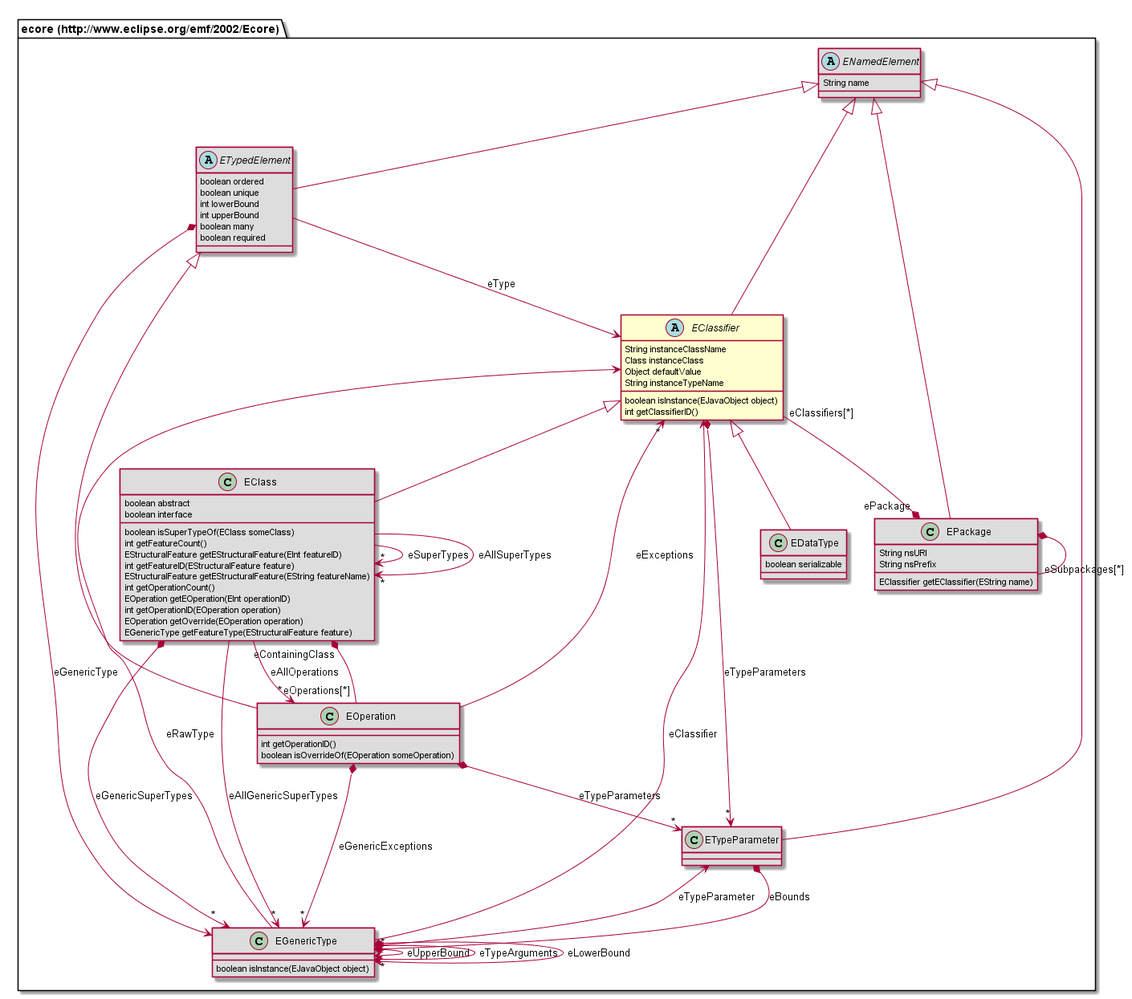
Nasdanika/html keeps this PlantUML diagram as org.nasdanika.html.repository/src/site/resources/app-model-doc/687474703a2f2f7777772e65636c697073652e6f72672f656d662f323030322f45636f7265/EClassifier.png. Above is the earlier version.
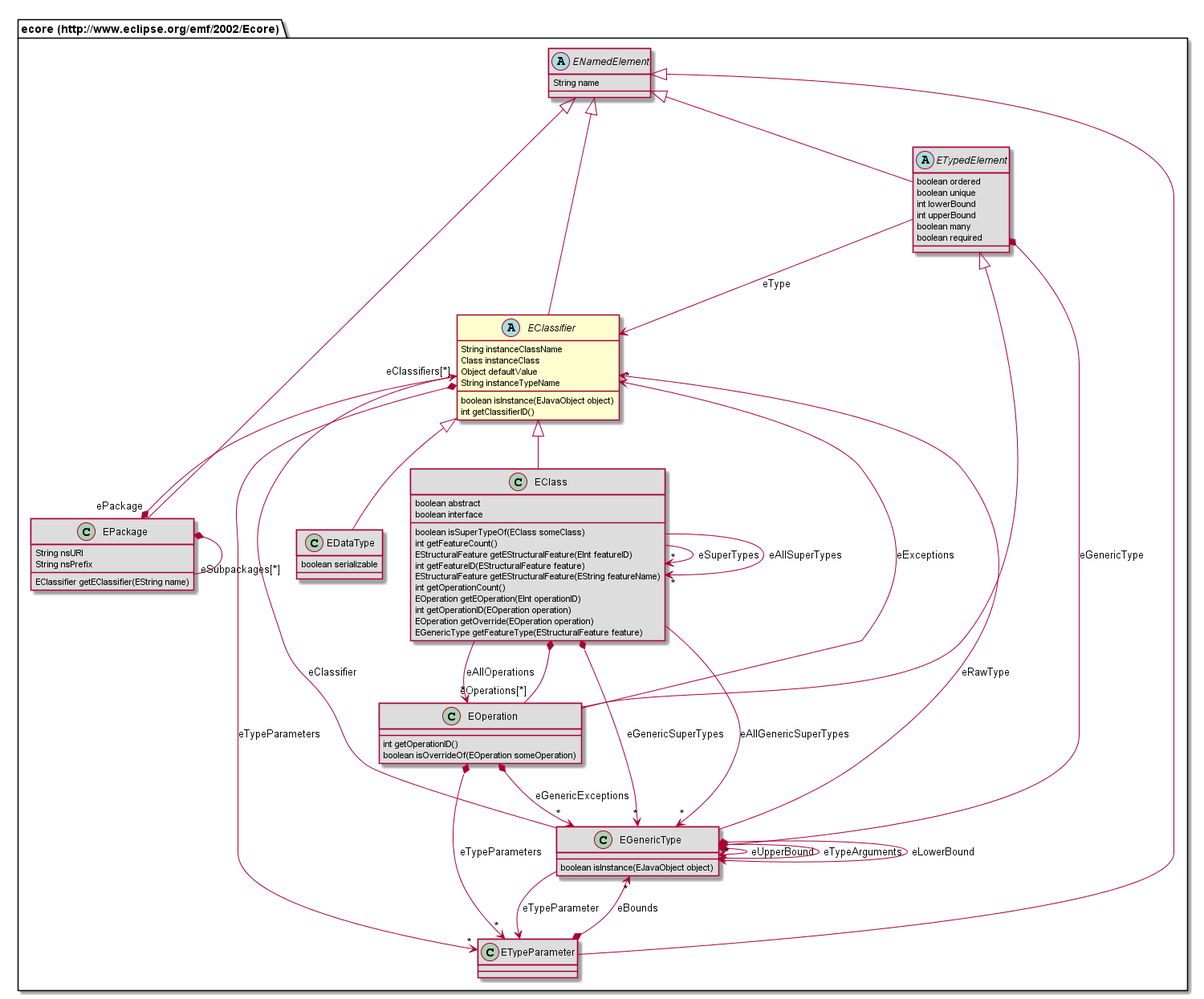
Above is the later version.

Diff of the diagram source:
```diff
@@ -6,34 +6,6 @@
 	String instanceTypeName
 	boolean isInstance(EJavaObject object)
 	int getClassifierID()
-}
-class "ecore (http://www.eclipse.org/emf/2002/Ecore).EOperation" [[#router/doc-content/687474703a2f2f7777772e65636c697073652e6f72672f656d662f323030322f45636f7265/EOperation.html]] #DDDDDD {
-	int getOperationID()
-	boolean isOverrideOf(EOperation someOperation)
-}
-class "ecore (http://www.eclipse.org/emf/2002/Ecore).EDataType" [[#router/doc-content/687474703a2f2f7777772e65636c697073652e6f72672f656d662f323030322f45636f7265/EDataType.html]] #DDDDDD {
-	boolean serializable
-}
-abstract class "ecore (http://www.eclipse.org/emf/2002/Ecore).ETypedElement" [[#router/doc-content/687474703a2f2f7777772e65636c697073652e6f72672f656d662f323030322f45636f7265/ETypedElement.html]] #DDDDDD {
-	boolean ordered
-	boolean unique
-	int lowerBound
-	int upperBound
-	boolean many
-	boolean required
-}
-abstract class "ecore (http://www.eclipse.org/emf/2002/Ecore).ENamedElement" [[#router/doc-content/687474703a2f2f7777772e65636c697073652e6f72672f656d662f323030322f45636f7265/ENamedElement.html]] #DDDDDD {
-	String name
-}
-class "ecore (http://www.eclipse.org/emf/2002/Ecore).ETypeParameter" [[#router/doc-content/687474703a2f2f7777772e65636c697073652e6f72672f656d662f323030322f45636f7265/ETypeParameter.html]] #DDDDDD {
-}
-class "ecore (http://www.eclipse.org/emf/2002/Ecore).EPackage" [[#router/doc-content/687474703a2f2f7777772e65636c697073652e6f72672f656d662f323030322f45636f7265/EPackage.html]] #DDDDDD {
-	String nsURI
-	String nsPrefix
-	EClassifier getEClassifier(EString name)
-}
-class "ecore (http://www.eclipse.org/emf/2002/Ecore).EGenericType" [[#router/doc-content/687474703a2f2f7777772e65636c697073652e6f72672f656d662f323030322f45636f7265/EGenericType.html]] #DDDDDD {
-	boolean isInstance(EJavaObject object)
 }
 class "ecore (http://www.eclipse.org/emf/2002/Ecore).EClass" [[#router/doc-content/687474703a2f2f7777772e65636c697073652e6f72672f656d662f323030322f45636f7265/EClass.html]] #DDDDDD {
 	boolean abstract
@@ -49,22 +21,55 @@
 	EOperation getOverride(EOperation operation)
 	EGenericType getFeatureType(EStructuralFeature feature)
 }
+abstract class "ecore (http://www.eclipse.org/emf/2002/Ecore).ETypedElement" [[#router/doc-content/687474703a2f2f7777772e65636c697073652e6f72672f656d662f323030322f45636f7265/ETypedElement.html]] #DDDDDD {
+	boolean ordered
+	boolean unique
+	int lowerBound
+	int upperBound
+	boolean many
+	boolean required
+}
+class "ecore (http://www.eclipse.org/emf/2002/Ecore).EOperation" [[#router/doc-content/687474703a2f2f7777772e65636c697073652e6f72672f656d662f323030322f45636f7265/EOperation.html]] #DDDDDD {
+	int getOperationID()
+	boolean isOverrideOf(EOperation someOperation)
+}
+abstract class "ecore (http://www.eclipse.org/emf/2002/Ecore).ENamedElement" [[#router/doc-content/687474703a2f2f7777772e65636c697073652e6f72672f656d662f323030322f45636f7265/ENamedElement.html]] #DDDDDD {
+	String name
+}
+class "ecore (http://www.eclipse.org/emf/2002/Ecore).ETypeParameter" [[#router/doc-content/687474703a2f2f7777772e65636c697073652e6f72672f656d662f323030322f45636f7265/ETypeParameter.html]] #DDDDDD {
+}
+class "ecore (http://www.eclipse.org/emf/2002/Ecore).EPackage" [[#router/doc-content/687474703a2f2f7777772e65636c697073652e6f72672f656d662f323030322f45636f7265/EPackage.html]] #DDDDDD {
+	String nsURI
+	String nsPrefix
+	EClassifier getEClassifier(EString name)
+}
+class "ecore (http://www.eclipse.org/emf/2002/Ecore).EGenericType" [[#router/doc-content/687474703a2f2f7777772e65636c697073652e6f72672f656d662f323030322f45636f7265/EGenericType.html]] #DDDDDD {
+	boolean isInstance(EJavaObject object)
+}
+class "ecore (http://www.eclipse.org/emf/2002/Ecore).EDataType" [[#router/doc-content/687474703a2f2f7777772e65636c697073652e6f72672f656d662f323030322f45636f7265/EDataType.html]] #DDDDDD {
+	boolean serializable
+}
+"ecore (http://www.eclipse.org/emf/2002/Ecore).EClassifier" <|-- "ecore (http://www.eclipse.org/emf/2002/Ecore).EClass"
+"ecore (http://www.eclipse.org/emf/2002/Ecore).ENamedElement" <|-- "ecore (http://www.eclipse.org/emf/2002/Ecore).ETypedElement"
 "ecore (http://www.eclipse.org/emf/2002/Ecore).ETypedElement" <|-- "ecore (http://www.eclipse.org/emf/2002/Ecore).EOperation"
+"ecore (http://www.eclipse.org/emf/2002/Ecore).ENamedElement" <|-- "ecore (http://www.eclipse.org/emf/2002/Ecore).EClassifier"
+"ecore (http://www.eclipse.org/emf/2002/Ecore).ENamedElement" <|-- "ecore (http://www.eclipse.org/emf/2002/Ecore).ETypeParameter"
+"ecore (http://www.eclipse.org/emf/2002/Ecore).ENamedElement" <|-- "ecore (http://www.eclipse.org/emf/2002/Ecore).EPackage"
 "ecore (http://www.eclipse.org/emf/2002/Ecore).EClassifier" <|-- "ecore (http://www.eclipse.org/emf/2002/Ecore).EDataType"
-"ecore (http://www.eclipse.org/emf/2002/Ecore).ENamedElement" <|-- "ecore (http://www.eclipse.org/emf/2002/Ecore).ETypedElement"
-"ecore (http://www.eclipse.org/emf/2002/Ecore).ENamedElement" <|-- "ecore (http://www.eclipse.org/emf/2002/Ecore).ETypeParameter"
-"ecore (http://www.eclipse.org/emf/2002/Ecore).ENamedElement" <|-- "ecore (http://www.eclipse.org/emf/2002/Ecore).EClassifier"
-"ecore (http://www.eclipse.org/emf/2002/Ecore).ENamedElement" <|-- "ecore (http://www.eclipse.org/emf/2002/Ecore).EPackage"
-"ecore (http://www.eclipse.org/emf/2002/Ecore).EClassifier" <|-- "ecore (http://www.eclipse.org/emf/2002/Ecore).EClass"
-"ecore (http://www.eclipse.org/emf/2002/Ecore).EOperation" "eOperations[*]" --* "eContainingClass" "ecore (http://www.eclipse.org/emf/2002/Ecore).EClass"
+"ecore (http://www.eclipse.org/emf/2002/Ecore).EClass" --> "*" "ecore (http://www.eclipse.org/emf/2002/Ecore).EClass" : eSuperTypes
+"ecore (http://www.eclipse.org/emf/2002/Ecore).EClass" *-- "eOperations[*]" "ecore (http://www.eclipse.org/emf/2002/Ecore).EOperation"
+"ecore (http://www.eclipse.org/emf/2002/Ecore).EClass" --> "*" "ecore (http://www.eclipse.org/emf/2002/Ecore).EOperation" : eAllOperations
+"ecore (http://www.eclipse.org/emf/2002/Ecore).EClass" --> "*" "ecore (http://www.eclipse.org/emf/2002/Ecore).EClass" : eAllSuperTypes
+"ecore (http://www.eclipse.org/emf/2002/Ecore).EClass" *--> "*" "ecore (http://www.eclipse.org/emf/2002/Ecore).EGenericType" : eGenericSuperTypes
+"ecore (http://www.eclipse.org/emf/2002/Ecore).EClass" --> "*" "ecore (http://www.eclipse.org/emf/2002/Ecore).EGenericType" : eAllGenericSuperTypes
+"ecore (http://www.eclipse.org/emf/2002/Ecore).ETypedElement" --> "ecore (http://www.eclipse.org/emf/2002/Ecore).EClassifier" : eType
+"ecore (http://www.eclipse.org/emf/2002/Ecore).ETypedElement" *--> "ecore (http://www.eclipse.org/emf/2002/Ecore).EGenericType" : eGenericType
 "ecore (http://www.eclipse.org/emf/2002/Ecore).EOperation" *--> "*" "ecore (http://www.eclipse.org/emf/2002/Ecore).ETypeParameter" : eTypeParameters
 "ecore (http://www.eclipse.org/emf/2002/Ecore).EOperation" --> "*" "ecore (http://www.eclipse.org/emf/2002/Ecore).EClassifier" : eExceptions
 "ecore (http://www.eclipse.org/emf/2002/Ecore).EOperation" *--> "*" "ecore (http://www.eclipse.org/emf/2002/Ecore).EGenericType" : eGenericExceptions
-"ecore (http://www.eclipse.org/emf/2002/Ecore).ETypedElement" --> "ecore (http://www.eclipse.org/emf/2002/Ecore).EClassifier" : eType
-"ecore (http://www.eclipse.org/emf/2002/Ecore).ETypedElement" *--> "ecore (http://www.eclipse.org/emf/2002/Ecore).EGenericType" : eGenericType
-"ecore (http://www.eclipse.org/emf/2002/Ecore).ETypeParameter" *--> "*" "ecore (http://www.eclipse.org/emf/2002/Ecore).EGenericType" : eBounds
 "ecore (http://www.eclipse.org/emf/2002/Ecore).EClassifier" "eClassifiers[*]" --* "ePackage" "ecore (http://www.eclipse.org/emf/2002/Ecore).EPackage"
 "ecore (http://www.eclipse.org/emf/2002/Ecore).EClassifier" *--> "*" "ecore (http://www.eclipse.org/emf/2002/Ecore).ETypeParameter" : eTypeParameters
+"ecore (http://www.eclipse.org/emf/2002/Ecore).ETypeParameter" *--> "*" "ecore (http://www.eclipse.org/emf/2002/Ecore).EGenericType" : eBounds
 "ecore (http://www.eclipse.org/emf/2002/Ecore).EPackage" *-- "eSubpackages[*]" "ecore (http://www.eclipse.org/emf/2002/Ecore).EPackage"
 "ecore (http://www.eclipse.org/emf/2002/Ecore).EGenericType" *--> "ecore (http://www.eclipse.org/emf/2002/Ecore).EGenericType" : eUpperBound
 "ecore (http://www.eclipse.org/emf/2002/Ecore).EGenericType" *--> "*" "ecore (http://www.eclipse.org/emf/2002/Ecore).EGenericType" : eTypeArguments
@@ -72,9 +77,4 @@
 "ecore (http://www.eclipse.org/emf/2002/Ecore).EGenericType" *--> "ecore (http://www.eclipse.org/emf/2002/Ecore).EGenericType" : eLowerBound
 "ecore (http://www.eclipse.org/emf/2002/Ecore).EGenericType" --> "ecore (http://www.eclipse.org/emf/2002/Ecore).ETypeParameter" : eTypeParameter
 "ecore (http://www.eclipse.org/emf/2002/Ecore).EGenericType" --> "ecore (http://www.eclipse.org/emf/2002/Ecore).EClassifier" : eClassifier
-"ecore (http://www.eclipse.org/emf/2002/Ecore).EClass" --> "*" "ecore (http://www.eclipse.org/emf/2002/Ecore).EClass" : eSuperTypes
-"ecore (http://www.eclipse.org/emf/2002/Ecore).EClass" --> "*" "ecore (http://www.eclipse.org/emf/2002/Ecore).EOperation" : eAllOperations
-"ecore (http://www.eclipse.org/emf/2002/Ecore).EClass" --> "*" "ecore (http://www.eclipse.org/emf/2002/Ecore).EClass" : eAllSuperTypes
-"ecore (http://www.eclipse.org/emf/2002/Ecore).EClass" *--> "*" "ecore (http://www.eclipse.org/emf/2002/Ecore).EGenericType" : eGenericSuperTypes
-"ecore (http://www.eclipse.org/emf/2002/Ecore).EClass" --> "*" "ecore (http://www.eclipse.org/emf/2002/Ecore).EGenericType" : eAllGenericSuperTypes
 @enduml
```
